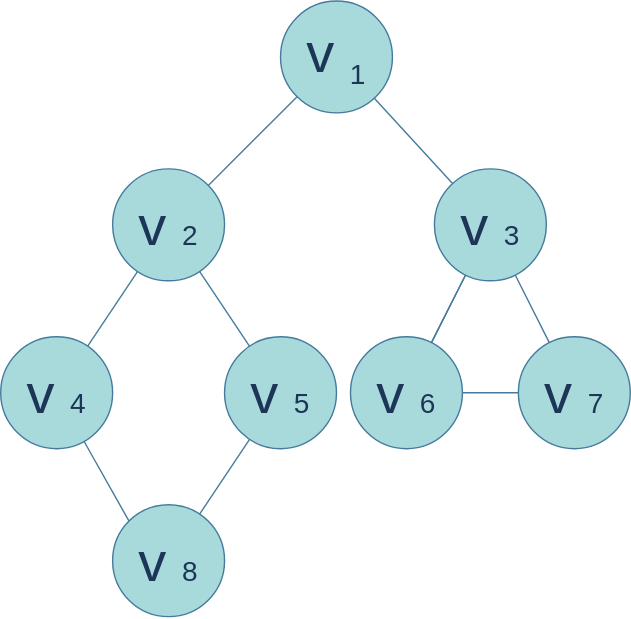
This is archives/读书笔记/课程笔记/images/algorithm_03.drawio.svg from StevenBaby/archives, a draw.io export, as it was before one commit. Source tidied: cells renumbered, new cells last; positions are measured from the earlier drawing's top-left corner, leaving out a move shared by most shapes. Its diagram source:
```xml
<mxGraphModel>
  <root>
    <mxCell id="0" />
    <mxCell id="1" parent="0" />
    <mxCell id="2" style="jettySize=auto;html=1;fontSize=40;endArrow=none;endFill=0;strokeColor=#457B9D;fontColor=#1D3557;labelBackgroundColor=#F1FAEE;" parent="1" edge="1" source="4" target="7">
      <mxGeometry relative="1" as="geometry" />
    </mxCell>
    <mxCell id="3" style="edgeStyle=none;jettySize=auto;html=1;fontSize=40;endArrow=none;endFill=0;strokeColor=#457B9D;fontColor=#1D3557;labelBackgroundColor=#F1FAEE;" parent="1" edge="1" source="4" target="11">
      <mxGeometry relative="1" as="geometry" />
    </mxCell>
    <mxCell id="4" value="v&lt;sub&gt;&lt;font style=&quot;font-size: 20px&quot;&gt;1&lt;/font&gt;&lt;/sub&gt;" style="ellipse;whiteSpace=wrap;html=1;fontSize=40;fillColor=#A8DADC;strokeColor=#457B9D;fontColor=#1D3557;" parent="1" vertex="1">
      <mxGeometry x="200" width="80" height="80" as="geometry" />
    </mxCell>
    <mxCell id="5" style="edgeStyle=none;jettySize=auto;html=1;fontSize=40;endArrow=none;endFill=0;strokeColor=#457B9D;fontColor=#1D3557;labelBackgroundColor=#F1FAEE;" parent="1" edge="1" source="7" target="13">
      <mxGeometry relative="1" as="geometry" />
    </mxCell>
    <mxCell id="6" style="edgeStyle=none;jettySize=auto;html=1;fontSize=40;endArrow=none;endFill=0;strokeColor=#457B9D;fontColor=#1D3557;labelBackgroundColor=#F1FAEE;" parent="1" edge="1" source="7" target="15">
      <mxGeometry relative="1" as="geometry" />
    </mxCell>
    <mxCell id="7" value="v&lt;span style=&quot;font-size: 20px&quot;&gt;2&lt;/span&gt;" style="ellipse;whiteSpace=wrap;html=1;fontSize=40;fillColor=#A8DADC;strokeColor=#457B9D;fontColor=#1D3557;" parent="1" vertex="1">
      <mxGeometry x="80" y="120" width="80" height="80" as="geometry" />
    </mxCell>
    <mxCell id="8" style="edgeStyle=none;rounded=0;jettySize=auto;html=1;fontSize=40;endArrow=none;endFill=0;strokeColor=#457B9D;fontColor=#1D3557;labelBackgroundColor=#F1FAEE;" parent="1" edge="1" source="11" target="17">
      <mxGeometry relative="1" as="geometry" />
    </mxCell>
    <mxCell id="9" style="edgeStyle=none;rounded=0;jettySize=auto;html=1;fontSize=40;endArrow=none;endFill=0;strokeColor=#457B9D;fontColor=#1D3557;labelBackgroundColor=#F1FAEE;" parent="1" edge="1" source="11" target="17">
      <mxGeometry relative="1" as="geometry" />
    </mxCell>
    <mxCell id="10" style="edgeStyle=none;rounded=0;jettySize=auto;html=1;fontSize=40;endArrow=none;endFill=0;strokeColor=#457B9D;fontColor=#1D3557;labelBackgroundColor=#F1FAEE;" parent="1" edge="1" source="11" target="19">
      <mxGeometry relative="1" as="geometry" />
    </mxCell>
    <mxCell id="11" value="v&lt;span style=&quot;font-size: 20px&quot;&gt;3&lt;/span&gt;" style="ellipse;whiteSpace=wrap;html=1;fontSize=40;fillColor=#A8DADC;strokeColor=#457B9D;fontColor=#1D3557;" parent="1" vertex="1">
      <mxGeometry x="310" y="120" width="80" height="80" as="geometry" />
    </mxCell>
    <mxCell id="12" style="edgeStyle=none;rounded=0;jettySize=auto;html=1;entryX=0;entryY=0;entryDx=0;entryDy=0;fontSize=40;endArrow=none;endFill=0;strokeColor=#457B9D;fontColor=#1D3557;labelBackgroundColor=#F1FAEE;" parent="1" edge="1" source="13" target="16">
      <mxGeometry relative="1" as="geometry" />
    </mxCell>
    <mxCell id="13" value="v&lt;span style=&quot;font-size: 20px&quot;&gt;4&lt;/span&gt;" style="ellipse;whiteSpace=wrap;html=1;fontSize=40;fillColor=#A8DADC;strokeColor=#457B9D;fontColor=#1D3557;" parent="1" vertex="1">
      <mxGeometry y="240" width="80" height="80" as="geometry" />
    </mxCell>
    <mxCell id="14" style="edgeStyle=none;jettySize=auto;html=1;fontSize=40;endArrow=none;endFill=0;strokeColor=#457B9D;fontColor=#1D3557;labelBackgroundColor=#F1FAEE;" parent="1" edge="1" source="15" target="16">
      <mxGeometry relative="1" as="geometry" />
    </mxCell>
    <mxCell id="15" value="v&lt;span style=&quot;font-size: 20px&quot;&gt;5&lt;/span&gt;" style="ellipse;whiteSpace=wrap;html=1;fontSize=40;fillColor=#A8DADC;strokeColor=#457B9D;fontColor=#1D3557;" parent="1" vertex="1">
      <mxGeometry x="160" y="240" width="80" height="80" as="geometry" />
    </mxCell>
    <mxCell id="16" value="v&lt;span style=&quot;font-size: 20px&quot;&gt;8&lt;/span&gt;" style="ellipse;whiteSpace=wrap;html=1;fontSize=40;fillColor=#A8DADC;strokeColor=#457B9D;fontColor=#1D3557;" parent="1" vertex="1">
      <mxGeometry x="80" y="360" width="80" height="80" as="geometry" />
    </mxCell>
    <mxCell id="17" value="v&lt;span style=&quot;font-size: 20px&quot;&gt;6&lt;/span&gt;" style="ellipse;whiteSpace=wrap;html=1;fontSize=40;fillColor=#A8DADC;strokeColor=#457B9D;fontColor=#1D3557;" parent="1" vertex="1">
      <mxGeometry x="250" y="240" width="80" height="80" as="geometry" />
    </mxCell>
    <mxCell id="18" style="edgeStyle=none;rounded=0;jettySize=auto;html=1;fontSize=40;endArrow=none;endFill=0;strokeColor=#457B9D;fontColor=#1D3557;labelBackgroundColor=#F1FAEE;" parent="1" edge="1" source="19" target="17">
      <mxGeometry relative="1" as="geometry" />
    </mxCell>
    <mxCell id="19" value="v&lt;span style=&quot;font-size: 20px&quot;&gt;7&lt;/span&gt;" style="ellipse;whiteSpace=wrap;html=1;fontSize=40;fillColor=#A8DADC;strokeColor=#457B9D;fontColor=#1D3557;" parent="1" vertex="1">
      <mxGeometry x="370" y="240" width="80" height="80" as="geometry" />
    </mxCell>
  </root>
</mxGraphModel>
```
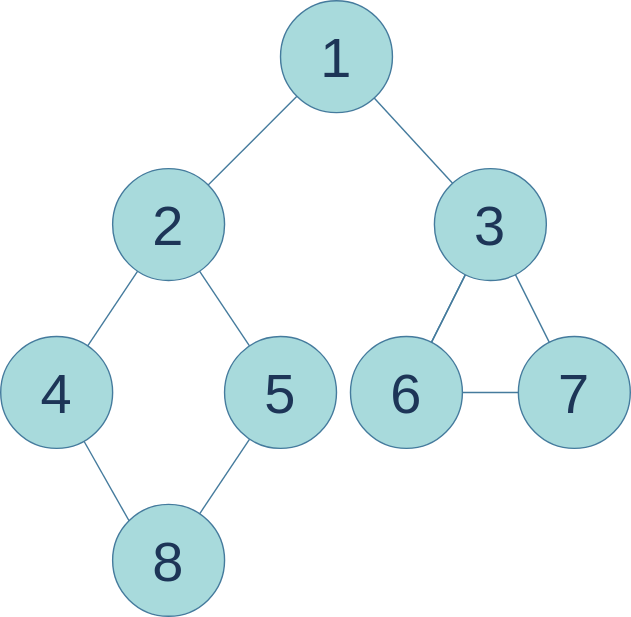
After the change.

Commit message:
update algorithm design

Change to the diagram source:
```diff
@@ -8,7 +8,7 @@
     <mxCell id="3" style="edgeStyle=none;jettySize=auto;html=1;fontSize=40;endArrow=none;endFill=0;strokeColor=#457B9D;fontColor=#1D3557;labelBackgroundColor=#F1FAEE;" parent="1" edge="1" source="4" target="11">
       <mxGeometry relative="1" as="geometry" />
     </mxCell>
-    <mxCell id="4" value="v&lt;sub&gt;&lt;font style=&quot;font-size: 20px&quot;&gt;1&lt;/font&gt;&lt;/sub&gt;" style="ellipse;whiteSpace=wrap;html=1;fontSize=40;fillColor=#A8DADC;strokeColor=#457B9D;fontColor=#1D3557;" parent="1" vertex="1">
+    <mxCell id="4" value="1" style="ellipse;whiteSpace=wrap;html=1;fontSize=40;fillColor=#A8DADC;strokeColor=#457B9D;fontColor=#1D3557;" parent="1" vertex="1">
       <mxGeometry x="200" width="80" height="80" as="geometry" />
     </mxCell>
     <mxCell id="5" style="edgeStyle=none;jettySize=auto;html=1;fontSize=40;endArrow=none;endFill=0;strokeColor=#457B9D;fontColor=#1D3557;labelBackgroundColor=#F1FAEE;" parent="1" edge="1" source="7" target="13">
@@ -17,7 +17,7 @@
     <mxCell id="6" style="edgeStyle=none;jettySize=auto;html=1;fontSize=40;endArrow=none;endFill=0;strokeColor=#457B9D;fontColor=#1D3557;labelBackgroundColor=#F1FAEE;" parent="1" edge="1" source="7" target="15">
       <mxGeometry relative="1" as="geometry" />
     </mxCell>
-    <mxCell id="7" value="v&lt;span style=&quot;font-size: 20px&quot;&gt;2&lt;/span&gt;" style="ellipse;whiteSpace=wrap;html=1;fontSize=40;fillColor=#A8DADC;strokeColor=#457B9D;fontColor=#1D3557;" parent="1" vertex="1">
+    <mxCell id="7" value="2" style="ellipse;whiteSpace=wrap;html=1;fontSize=40;fillColor=#A8DADC;strokeColor=#457B9D;fontColor=#1D3557;" parent="1" vertex="1">
       <mxGeometry x="80" y="120" width="80" height="80" as="geometry" />
     </mxCell>
     <mxCell id="8" style="edgeStyle=none;rounded=0;jettySize=auto;html=1;fontSize=40;endArrow=none;endFill=0;strokeColor=#457B9D;fontColor=#1D3557;labelBackgroundColor=#F1FAEE;" parent="1" edge="1" source="11" target="17">
@@ -29,31 +29,31 @@
     <mxCell id="10" style="edgeStyle=none;rounded=0;jettySize=auto;html=1;fontSize=40;endArrow=none;endFill=0;strokeColor=#457B9D;fontColor=#1D3557;labelBackgroundColor=#F1FAEE;" parent="1" edge="1" source="11" target="19">
       <mxGeometry relative="1" as="geometry" />
     </mxCell>
-    <mxCell id="11" value="v&lt;span style=&quot;font-size: 20px&quot;&gt;3&lt;/span&gt;" style="ellipse;whiteSpace=wrap;html=1;fontSize=40;fillColor=#A8DADC;strokeColor=#457B9D;fontColor=#1D3557;" parent="1" vertex="1">
+    <mxCell id="11" value="3" style="ellipse;whiteSpace=wrap;html=1;fontSize=40;fillColor=#A8DADC;strokeColor=#457B9D;fontColor=#1D3557;" parent="1" vertex="1">
       <mxGeometry x="310" y="120" width="80" height="80" as="geometry" />
     </mxCell>
     <mxCell id="12" style="edgeStyle=none;rounded=0;jettySize=auto;html=1;entryX=0;entryY=0;entryDx=0;entryDy=0;fontSize=40;endArrow=none;endFill=0;strokeColor=#457B9D;fontColor=#1D3557;labelBackgroundColor=#F1FAEE;" parent="1" edge="1" source="13" target="16">
       <mxGeometry relative="1" as="geometry" />
     </mxCell>
-    <mxCell id="13" value="v&lt;span style=&quot;font-size: 20px&quot;&gt;4&lt;/span&gt;" style="ellipse;whiteSpace=wrap;html=1;fontSize=40;fillColor=#A8DADC;strokeColor=#457B9D;fontColor=#1D3557;" parent="1" vertex="1">
+    <mxCell id="13" value="4" style="ellipse;whiteSpace=wrap;html=1;fontSize=40;fillColor=#A8DADC;strokeColor=#457B9D;fontColor=#1D3557;" parent="1" vertex="1">
       <mxGeometry y="240" width="80" height="80" as="geometry" />
     </mxCell>
     <mxCell id="14" style="edgeStyle=none;jettySize=auto;html=1;fontSize=40;endArrow=none;endFill=0;strokeColor=#457B9D;fontColor=#1D3557;labelBackgroundColor=#F1FAEE;" parent="1" edge="1" source="15" target="16">
       <mxGeometry relative="1" as="geometry" />
     </mxCell>
-    <mxCell id="15" value="v&lt;span style=&quot;font-size: 20px&quot;&gt;5&lt;/span&gt;" style="ellipse;whiteSpace=wrap;html=1;fontSize=40;fillColor=#A8DADC;strokeColor=#457B9D;fontColor=#1D3557;" parent="1" vertex="1">
+    <mxCell id="15" value="5" style="ellipse;whiteSpace=wrap;html=1;fontSize=40;fillColor=#A8DADC;strokeColor=#457B9D;fontColor=#1D3557;" parent="1" vertex="1">
       <mxGeometry x="160" y="240" width="80" height="80" as="geometry" />
     </mxCell>
-    <mxCell id="16" value="v&lt;span style=&quot;font-size: 20px&quot;&gt;8&lt;/span&gt;" style="ellipse;whiteSpace=wrap;html=1;fontSize=40;fillColor=#A8DADC;strokeColor=#457B9D;fontColor=#1D3557;" parent="1" vertex="1">
+    <mxCell id="16" value="8" style="ellipse;whiteSpace=wrap;html=1;fontSize=40;fillColor=#A8DADC;strokeColor=#457B9D;fontColor=#1D3557;" parent="1" vertex="1">
       <mxGeometry x="80" y="360" width="80" height="80" as="geometry" />
     </mxCell>
-    <mxCell id="17" value="v&lt;span style=&quot;font-size: 20px&quot;&gt;6&lt;/span&gt;" style="ellipse;whiteSpace=wrap;html=1;fontSize=40;fillColor=#A8DADC;strokeColor=#457B9D;fontColor=#1D3557;" parent="1" vertex="1">
+    <mxCell id="17" value="6" style="ellipse;whiteSpace=wrap;html=1;fontSize=40;fillColor=#A8DADC;strokeColor=#457B9D;fontColor=#1D3557;" parent="1" vertex="1">
       <mxGeometry x="250" y="240" width="80" height="80" as="geometry" />
     </mxCell>
     <mxCell id="18" style="edgeStyle=none;rounded=0;jettySize=auto;html=1;fontSize=40;endArrow=none;endFill=0;strokeColor=#457B9D;fontColor=#1D3557;labelBackgroundColor=#F1FAEE;" parent="1" edge="1" source="19" target="17">
       <mxGeometry relative="1" as="geometry" />
     </mxCell>
-    <mxCell id="19" value="v&lt;span style=&quot;font-size: 20px&quot;&gt;7&lt;/span&gt;" style="ellipse;whiteSpace=wrap;html=1;fontSize=40;fillColor=#A8DADC;strokeColor=#457B9D;fontColor=#1D3557;" parent="1" vertex="1">
+    <mxCell id="19" value="7" style="ellipse;whiteSpace=wrap;html=1;fontSize=40;fillColor=#A8DADC;strokeColor=#457B9D;fontColor=#1D3557;" parent="1" vertex="1">
       <mxGeometry x="370" y="240" width="80" height="80" as="geometry" />
     </mxCell>
   </root>
```
